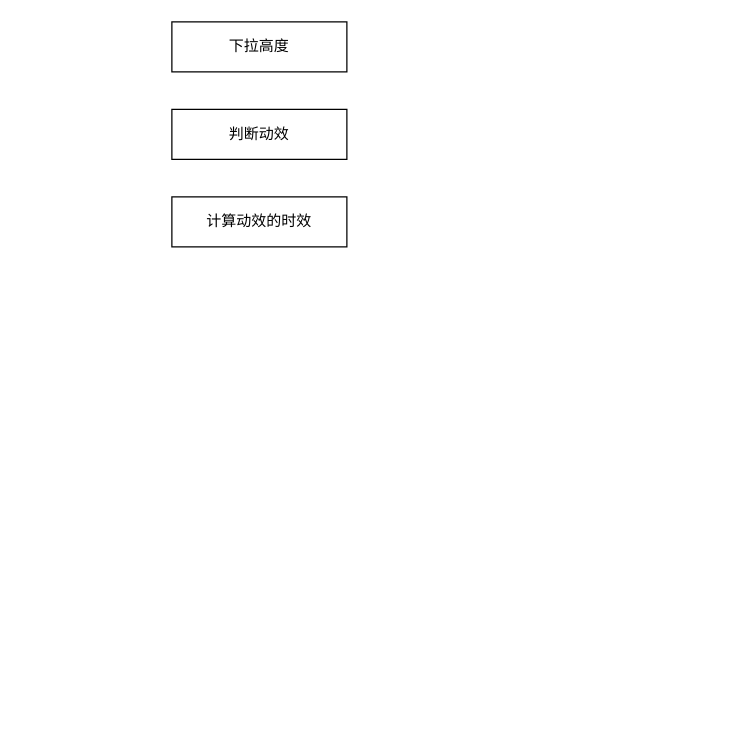
Above: Untitled Diagram.drawio in changweijie/draw (draw.io), before the change. Source tidied: cells renumbered, new cells numbered last; positions are measured from the earlier drawing's top-left corner, leaving out a move shared by most shapes. Both pictures are drawn from the tidied source at 125%, with x=0, y=0 at pixel (171, 21).
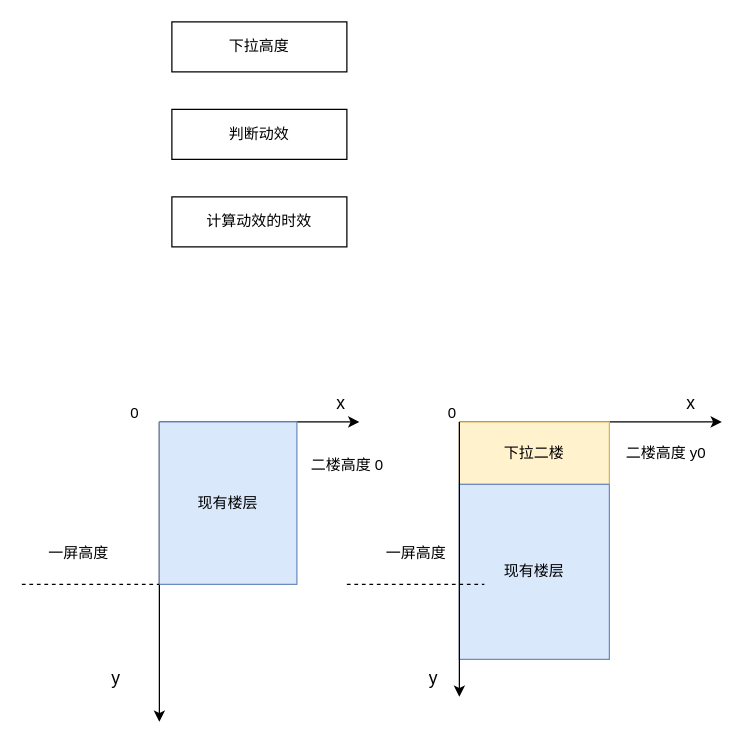
Above is the later version.

Change to the diagram source:
```diff
@@
+    <mxCell id="5" style="endArrow=classic;html=1;rounded=0;" parent="1" edge="1">
+      <mxGeometry relative="1" as="geometry">
+        <mxPoint x="-10" y="320" as="sourcePoint" />
+        <mxPoint x="150" y="320" as="targetPoint" />
+      </mxGeometry>
+    </mxCell>
+    <mxCell id="6" style="endArrow=classic;html=1;rounded=0;" parent="1" edge="1">
+      <mxGeometry relative="1" as="geometry">
+        <mxPoint x="-10" y="320" as="sourcePoint" />
+        <mxPoint x="-10" y="560" as="targetPoint" />
+      </mxGeometry>
+    </mxCell>
+    <mxCell id="7" value="&lt;font style=&quot;font-size: 14px;&quot;&gt;x&lt;/font&gt;" style="text;html=1;align=center;verticalAlign=middle;strokeColor=none;fillColor=none;" parent="1" vertex="1">
+      <mxGeometry x="120" y="290" width="30" height="30" as="geometry" />
+    </mxCell>
+    <mxCell id="8" value="&lt;font style=&quot;font-size: 14px;&quot;&gt;y&lt;/font&gt;" style="text;html=1;align=center;verticalAlign=middle;strokeColor=none;fillColor=none;" parent="1" vertex="1">
+      <mxGeometry x="-60" y="510" width="30" height="30" as="geometry" />
+    </mxCell>
+    <mxCell id="9" value="二楼高度 0" style="text;html=1;align=center;verticalAlign=middle;strokeColor=none;fillColor=none;" parent="1" vertex="1">
+      <mxGeometry x="100" y="340" width="80" height="30" as="geometry" />
+    </mxCell>
+    <mxCell id="10" style="endArrow=classic;html=1;rounded=0;" parent="1" edge="1">
+      <mxGeometry relative="1" as="geometry">
+        <mxPoint x="230" y="320" as="sourcePoint" />
+        <mxPoint x="440" y="320" as="targetPoint" />
+      </mxGeometry>
+    </mxCell>
+    <mxCell id="11" value="现有楼层" style="rounded=0;whiteSpace=wrap;html=1;fillColor=#dae8fc;strokeColor=#6c8ebf;" parent="1" vertex="1">
+      <mxGeometry x="-10" y="320" width="110" height="130" as="geometry" />
+    </mxCell>
+    <mxCell id="12" value="&lt;font style=&quot;font-size: 14px;&quot;&gt;x&lt;/font&gt;" style="text;html=1;align=center;verticalAlign=middle;strokeColor=none;fillColor=none;" parent="1" vertex="1">
+      <mxGeometry x="400" y="290" width="30" height="30" as="geometry" />
+    </mxCell>
+    <mxCell id="13" value="&lt;font style=&quot;font-size: 14px;&quot;&gt;y&lt;/font&gt;" style="text;html=1;align=center;verticalAlign=middle;strokeColor=none;fillColor=none;" parent="1" vertex="1">
+      <mxGeometry x="194" y="510" width="30" height="30" as="geometry" />
+    </mxCell>
+    <mxCell id="14" value="二楼高度 y0" style="text;html=1;align=center;verticalAlign=middle;strokeColor=none;fillColor=none;" parent="1" vertex="1">
+      <mxGeometry x="350" y="330" width="90" height="30" as="geometry" />
+    </mxCell>
+    <mxCell id="15" value="下拉二楼" style="rounded=0;whiteSpace=wrap;html=1;fillColor=#fff2cc;strokeColor=#d6b656;" parent="1" vertex="1">
+      <mxGeometry x="230" y="320" width="120" height="50" as="geometry" />
+    </mxCell>
+    <mxCell id="16" value="现有楼层" style="rounded=0;whiteSpace=wrap;html=1;fillColor=#dae8fc;strokeColor=#6c8ebf;" parent="1" vertex="1">
+      <mxGeometry x="230" y="370" width="120" height="140" as="geometry" />
+    </mxCell>
+    <mxCell id="17" style="endArrow=none;dashed=1;html=1;rounded=0;" parent="1" edge="1">
+      <mxGeometry relative="1" as="geometry">
+        <mxPoint x="-120" y="450" as="sourcePoint" />
+        <mxPoint x="-10" y="450" as="targetPoint" />
+      </mxGeometry>
+    </mxCell>
+    <mxCell id="18" value="一屏高度" style="text;html=1;align=center;verticalAlign=middle;strokeColor=none;fillColor=none;" parent="1" vertex="1">
+      <mxGeometry x="-110" y="410" width="70" height="30" as="geometry" />
+    </mxCell>
+    <mxCell id="19" style="endArrow=classic;html=1;rounded=0;" parent="1" edge="1">
+      <mxGeometry relative="1" as="geometry">
+        <mxPoint x="230" y="320" as="sourcePoint" />
+        <mxPoint x="230" y="540" as="targetPoint" />
+      </mxGeometry>
+    </mxCell>
+    <mxCell id="20" value="一屏高度" style="text;html=1;align=center;verticalAlign=middle;strokeColor=none;fillColor=none;" parent="1" vertex="1">
+      <mxGeometry x="160" y="410" width="70" height="30" as="geometry" />
+    </mxCell>
+    <mxCell id="21" style="endArrow=none;dashed=1;html=1;rounded=0;" parent="1" edge="1">
+      <mxGeometry relative="1" as="geometry">
+        <mxPoint x="140" y="450" as="sourcePoint" />
+        <mxPoint x="250" y="450" as="targetPoint" />
+      </mxGeometry>
+    </mxCell>
+    <mxCell id="22" value="0" style="text;html=1;align=center;verticalAlign=middle;strokeColor=none;fillColor=none;" parent="1" vertex="1">
+      <mxGeometry x="-45" y="298" width="30" height="30" as="geometry" />
+    </mxCell>
+    <mxCell id="23" value="0" style="text;html=1;align=center;verticalAlign=middle;strokeColor=none;fillColor=none;" parent="1" vertex="1">
+      <mxGeometry x="209" y="298" width="30" height="30" as="geometry" />
+    </mxCell>
```
